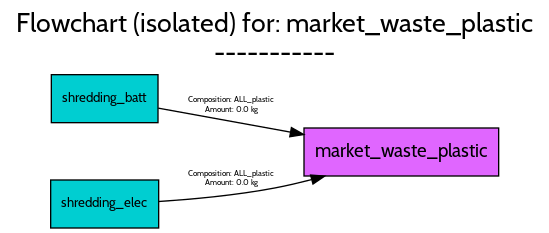
This is src/futuram/examples/ELV/figures/flowcharts/processes/png/market_waste_plastic.png from FutuRaM-Project/Recovery-Model, a Graphviz export, as it was before one commit. Its source is kept beside it as src/futuram/examples/ELV/figures/flowcharts/processes/dot/market_waste_plastic.dot. The source it was exported from:
```dot
digraph {
	graph [bb="0,0,404,167",
		font=Cabin,
		fontname=Cabin,
		fontsize=20,
		label="Flowchart (isolated) for: market_waste_plastic
-----------",
		labeljust=c,
		labelloc=tc,
		lheight=0.61,
		lp="202,141",
		lwidth=5.39,
		nodesep=0.6,
		rankdir=LR,
		ranksep=0.6
	];
	node [label="\N"];
	market_waste_plastic	[fillcolor=mediumorchid1,
		fontname=Cabin,
		fontsize=14,
		height=0.5,
		pos="297,57",
		shape=box,
		style=filled,
		width=2.0278];
	shredding_batt	[fillcolor=darkturquoise,
		fontname=Cabin,
		fontsize=10,
		height=0.5,
		pos="74.5,97",
		shape=box,
		style=filled,
		width=1.1111];
	shredding_batt -> market_waste_plastic	[color=black,
		fontname=Cabin,
		fontsize=6,
		label="Composition: ALL_plastic
Amount: 0.0 kg",
		lp="169.5,92",
		pos="e,223.78,70.101 114.67,89.895 142.15,84.909 179.91,78.06 213.86,71.902"];
	shredding_elec	[fillcolor=darkturquoise,
		fontname=Cabin,
		fontsize=10,
		height=0.5,
		pos="74.5,18",
		shape=box,
		style=filled,
		width=1.125];
	shredding_elec -> market_waste_plastic	[color=black,
		fontname=Cabin,
		fontsize=6,
		label="Composition: ALL_plastic
Amount: 0.0 kg",
		lp="169.5,37",
		pos="e,239.49,38.939 115.08,19.868 140.15,21.515 173.17,24.541 202,30 211,31.705 220.39,33.892 229.6,36.28"];
}
```
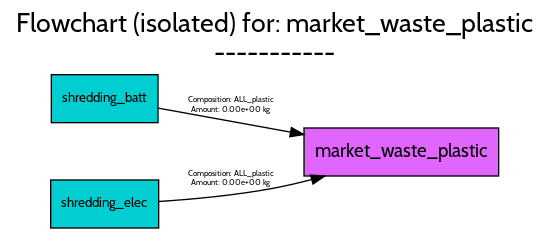
After the change.

What changed in the source:
```diff
@@ -35,7 +35,7 @@
 		fontname=Cabin,
 		fontsize=6,
 		label="Composition: ALL_plastic
-Amount: 0.0 kg",
+Amount: 0.00e+00 kg",
 		lp="169.5,92",
 		pos="e,223.78,70.101 114.67,89.895 142.15,84.909 179.91,78.06 213.86,71.902"];
 	shredding_elec	[fillcolor=darkturquoise,
@@ -50,7 +50,7 @@
 		fontname=Cabin,
 		fontsize=6,
 		label="Composition: ALL_plastic
-Amount: 0.0 kg",
+Amount: 0.00e+00 kg",
 		lp="169.5,37",
 		pos="e,239.49,38.939 115.08,19.868 140.15,21.515 173.17,24.541 202,30 211,31.705 220.39,33.892 229.6,36.28"];
 }
```
